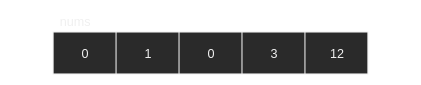
Earlier version of the draw.io export 200 Data Structures & Algorithms/203 Array/Diagrams/MoveZeros — O(n).1.svg (MontoyaTM/Obsidian-SoftwareEngineering). Source tidied: cells renumbered, new cells last; positions are measured from the earlier drawing's top-left corner, leaving out a move shared by most shapes.
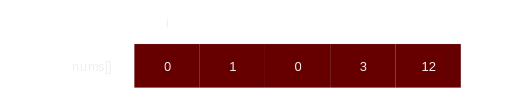
After the commit.

What changed in the source:
```diff
@@ -8,23 +8,26 @@
     <mxCell id="3" style="shape=partialRectangle;fillColor=none;top=0;left=0;bottom=0;right=0;" parent="2" vertex="1">
       <mxGeometry width="300" height="40" as="geometry" />
     </mxCell>
-    <mxCell id="4" value="0" style="shape=partialRectangle;html=1;whiteSpace=wrap;overflow=hidden;fillColor=none;top=0;left=0;bottom=0;right=0;" parent="3" vertex="1">
+    <mxCell id="4" value="0" style="shape=partialRectangle;html=1;whiteSpace=wrap;overflow=hidden;fillColor=#660000;top=0;left=0;bottom=0;right=0;" parent="3" vertex="1">
       <mxGeometry width="60" height="40" as="geometry" />
     </mxCell>
-    <mxCell id="5" value="1" style="shape=partialRectangle;html=1;whiteSpace=wrap;overflow=hidden;fillColor=none;top=0;left=0;bottom=0;right=0;" parent="3" vertex="1">
+    <mxCell id="5" value="1" style="shape=partialRectangle;html=1;whiteSpace=wrap;overflow=hidden;fillColor=#660000;top=0;left=0;bottom=0;right=0;" parent="3" vertex="1">
       <mxGeometry x="60" width="60" height="40" as="geometry" />
     </mxCell>
-    <mxCell id="6" value="0" style="shape=partialRectangle;html=1;whiteSpace=wrap;overflow=hidden;fillColor=none;top=0;left=0;bottom=0;right=0;" parent="3" vertex="1">
+    <mxCell id="6" value="0" style="shape=partialRectangle;html=1;whiteSpace=wrap;overflow=hidden;fillColor=#660000;top=0;left=0;bottom=0;right=0;" parent="3" vertex="1">
       <mxGeometry x="120" width="60" height="40" as="geometry" />
     </mxCell>
-    <mxCell id="7" value="3" style="shape=partialRectangle;html=1;whiteSpace=wrap;overflow=hidden;fillColor=none;top=0;left=0;bottom=0;right=0;" parent="3" vertex="1">
+    <mxCell id="7" value="3" style="shape=partialRectangle;html=1;whiteSpace=wrap;overflow=hidden;fillColor=#660000;top=0;left=0;bottom=0;right=0;" parent="3" vertex="1">
       <mxGeometry x="180" width="60" height="40" as="geometry" />
     </mxCell>
-    <mxCell id="8" value="12" style="shape=partialRectangle;html=1;whiteSpace=wrap;overflow=hidden;fillColor=none;top=0;left=0;bottom=0;right=0;" parent="3" vertex="1">
+    <mxCell id="8" value="12" style="shape=partialRectangle;html=1;whiteSpace=wrap;overflow=hidden;fillColor=#660000;top=0;left=0;bottom=0;right=0;" parent="3" vertex="1">
       <mxGeometry x="240" width="60" height="40" as="geometry" />
     </mxCell>
-    <mxCell id="9" value="nums" style="text;html=1;align=center;verticalAlign=middle;strokeColor=none;" parent="1" vertex="1">
-      <mxGeometry width="40" height="20" as="geometry" />
+    <mxCell id="9" value="&lt;font face=&quot;JetBrains Mono&quot;&gt;nums[]&lt;/font&gt;" style="text;html=1;align=center;verticalAlign=middle;strokeColor=none;" parent="1" vertex="1">
+      <mxGeometry x="-70" y="30" width="60" height="20" as="geometry" />
     </mxCell>
+    <mxCell id="10" value="&lt;font face=&quot;JetBrains Mono&quot;&gt;i&lt;/font&gt;" style="text;html=1;align=center;verticalAlign=middle;strokeColor=none;" parent="1" vertex="1">
+      <mxGeometry x="20" y="-10" width="20" height="20" as="geometry" />
+    </mxCell>
   </root>
 </mxGraphModel>
```
